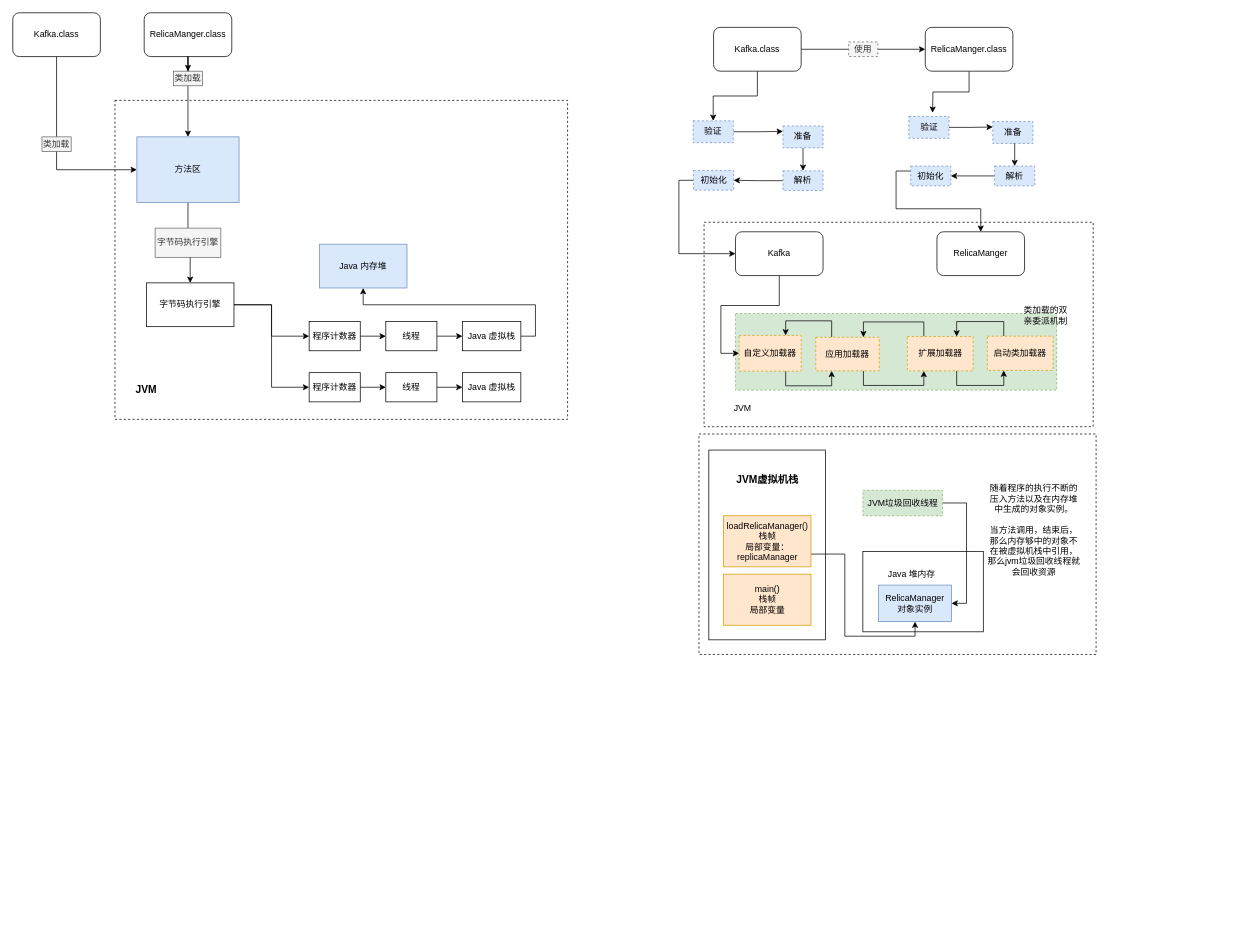
Above: JVM_Note.drawio in lzdong0714/note (draw.io), before the change. Source tidied: cells renumbered, new cells numbered last; positions are measured from the earlier drawing's top-left corner, leaving out a move shared by most shapes. Both pictures are drawn from the tidied source at 73%, with x=0, y=0 at pixel (12, 12).
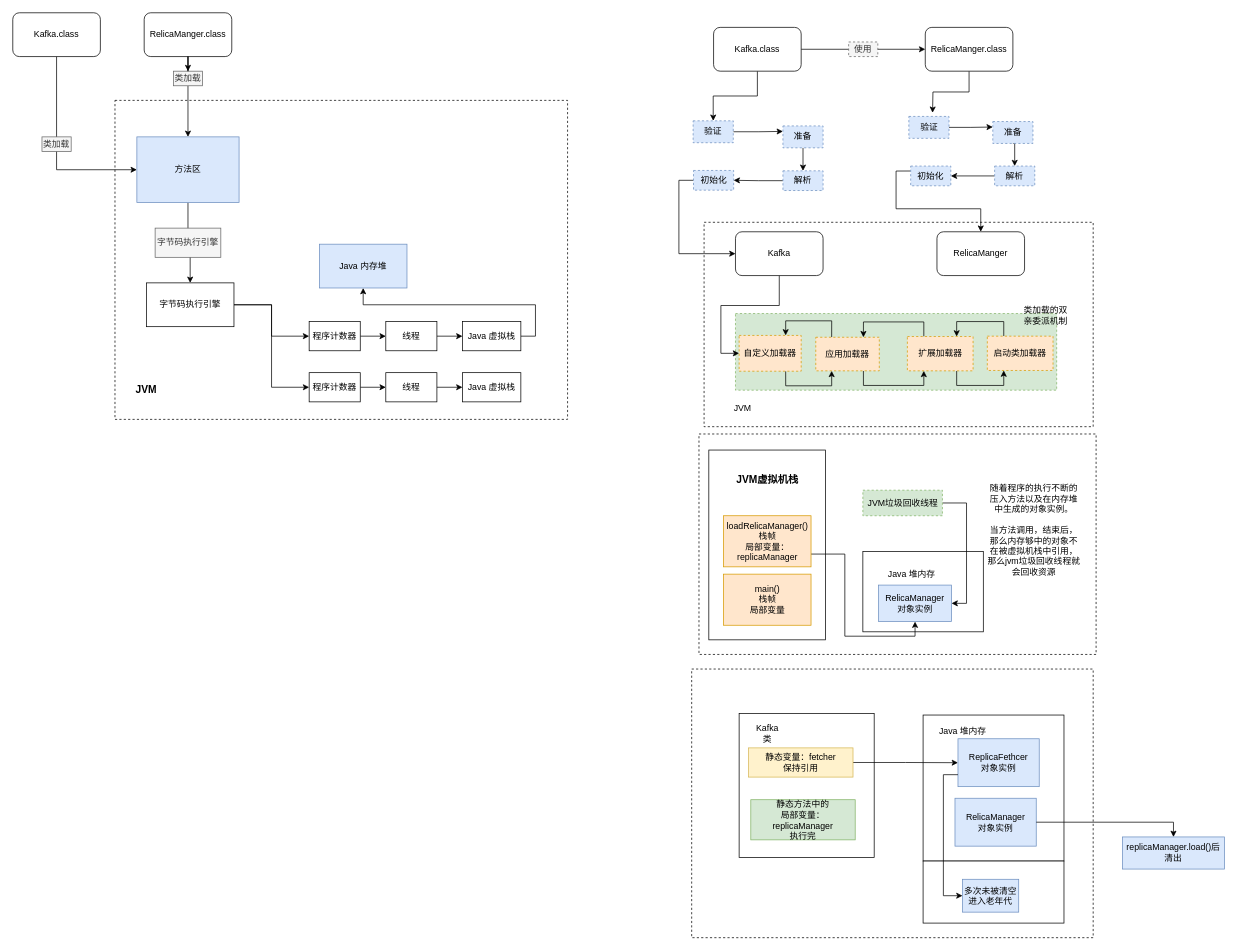
After the change.

What changed in the source:
```diff
@@
+    <mxCell id="81" style="rounded=0;whiteSpace=wrap;html=1;dashed=1;" parent="1" vertex="1">
+      <mxGeometry x="930" y="899" width="550" height="368" as="geometry" />
+    </mxCell>
+    <mxCell id="82" style="rounded=0;whiteSpace=wrap;html=1;" parent="1" vertex="1">
+      <mxGeometry x="1247" y="962" width="193" height="200" as="geometry" />
+    </mxCell>
+    <mxCell id="83" style="rounded=0;whiteSpace=wrap;html=1;" parent="1" vertex="1">
+      <mxGeometry x="995" y="960" width="185" height="197" as="geometry" />
+    </mxCell>
@@
+    <mxCell id="84" style="edgeStyle=orthogonalEdgeStyle;rounded=0;jettySize=auto;html=1;exitX=1;exitY=0.5;exitDx=0;exitDy=0;" parent="1" edge="1" source="85" target="90">
+      <mxGeometry relative="1" as="geometry" />
+    </mxCell>
+    <mxCell id="85" value="静态变量：fetcher&lt;br&gt;保持引用" style="rounded=0;whiteSpace=wrap;html=1;fillColor=#fff2cc;strokeColor=#d6b656;" parent="1" vertex="1">
+      <mxGeometry x="1008" y="1007" width="143" height="40" as="geometry" />
+    </mxCell>
+    <mxCell id="86" value="静态方法中的&lt;br&gt;局部变量：replicaManager&lt;br&gt;执行完&lt;br&gt;" style="rounded=0;whiteSpace=wrap;html=1;fillColor=#d5e8d4;strokeColor=#82b366;" parent="1" vertex="1">
+      <mxGeometry x="1011" y="1078" width="143" height="55" as="geometry" />
+    </mxCell>
+    <mxCell id="87" style="group;" parent="1" vertex="1">
+      <mxGeometry x="1250" y="967" width="200" height="200" as="geometry" />
+    </mxCell>
+    <mxCell id="88" value="Java 堆内存" style="text;html=1;strokeColor=none;fillColor=none;align=center;verticalAlign=middle;whiteSpace=wrap;rounded=0;" parent="87" vertex="1">
+      <mxGeometry x="5.7" y="-0.2" width="90.9" height="36.4" as="geometry" />
+    </mxCell>
+    <mxCell id="89" value="RelicaManager&lt;br&gt;对象实例" style="text;html=1;strokeColor=#6c8ebf;fillColor=#dae8fc;align=center;verticalAlign=middle;whiteSpace=wrap;rounded=0;" parent="87" vertex="1">
+      <mxGeometry x="40.7" y="109" width="111.3" height="65.6" as="geometry" />
+    </mxCell>
+    <mxCell id="90" value="ReplicaFethcer&lt;br&gt;对象实例" style="text;html=1;strokeColor=#6c8ebf;fillColor=#dae8fc;align=center;verticalAlign=middle;whiteSpace=wrap;rounded=0;" parent="87" vertex="1">
+      <mxGeometry x="44.8" y="27.5" width="111.3" height="65.6" as="geometry" />
+    </mxCell>
+    <mxCell id="91" value="Kafka类" style="text;html=1;strokeColor=none;fillColor=none;align=center;verticalAlign=middle;whiteSpace=wrap;rounded=0;" parent="1" vertex="1">
+      <mxGeometry x="1014" y="977" width="40" height="20" as="geometry" />
+    </mxCell>
+    <mxCell id="92" value="replicaManager.load()后清出" style="text;html=1;strokeColor=#6c8ebf;fillColor=#dae8fc;align=center;verticalAlign=middle;whiteSpace=wrap;rounded=0;" parent="1" vertex="1">
+      <mxGeometry x="1520" y="1129" width="140" height="44" as="geometry" />
+    </mxCell>
+    <mxCell id="93" style="edgeStyle=orthogonalEdgeStyle;rounded=0;jettySize=auto;html=1;exitX=1;exitY=0.5;exitDx=0;exitDy=0;entryX=0.5;entryY=0;entryDx=0;entryDy=0;" parent="1" edge="1" source="89" target="92">
+      <mxGeometry relative="1" as="geometry" />
+    </mxCell>
+    <mxCell id="94" style="rounded=0;whiteSpace=wrap;html=1;" parent="1" vertex="1">
+      <mxGeometry x="1247" y="1162" width="193" height="85" as="geometry" />
+    </mxCell>
+    <mxCell id="95" value="多次未被清空进入老年代" style="text;html=1;strokeColor=#6c8ebf;fillColor=#dae8fc;align=center;verticalAlign=middle;whiteSpace=wrap;rounded=0;" parent="1" vertex="1">
+      <mxGeometry x="1301" y="1187" width="77" height="45" as="geometry" />
+    </mxCell>
+    <mxCell id="96" style="edgeStyle=orthogonalEdgeStyle;rounded=0;jettySize=auto;html=1;exitX=0;exitY=0.75;exitDx=0;exitDy=0;entryX=0;entryY=0.5;entryDx=0;entryDy=0;" parent="1" edge="1" source="90" target="95">
+      <mxGeometry relative="1" as="geometry" />
+    </mxCell>
```
